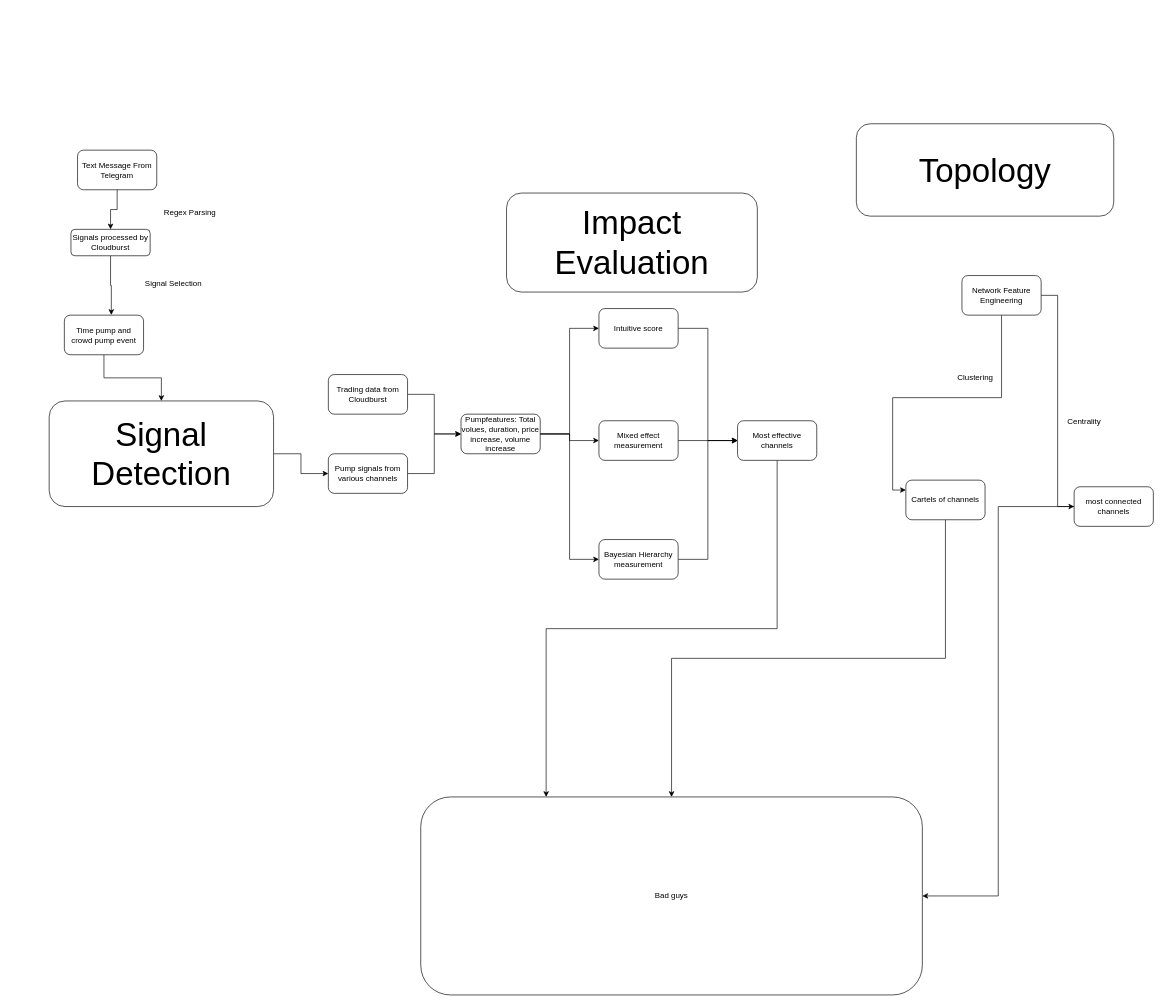
Before: page "draft" (2 of 2) of assets/Untitled Diagram.drawio in xujiahuayz/unmask-mastermind, a draw.io diagram. Source tidied: cells renumbered, new cells numbered last; positions are measured from the earlier drawing's top-left corner, leaving out a move shared by most shapes. Both pictures are drawn from the tidied source at 66%, with x=0, y=0 at pixel (49, 123).
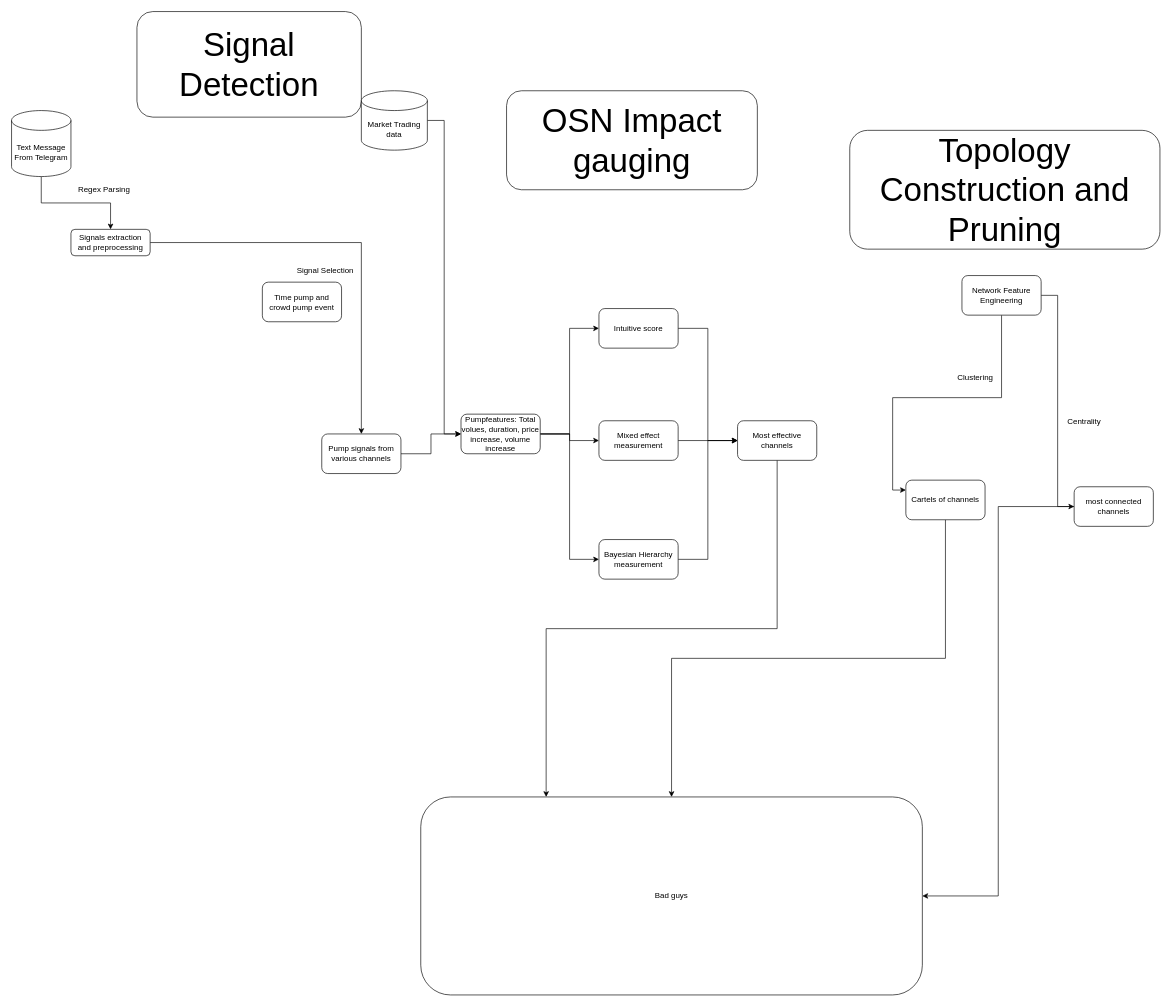
The same page after the edit.

Unchanged cells that the change refers to:
```xml
<mxCell id="21" value="Pumpfeatures: Total volues, duration, price increase, volume increase" style="rounded=1;whiteSpace=wrap;html=1;fontSize=12;" parent="1" vertex="1">
  <mxGeometry x="624" y="440" width="120" height="60" as="geometry" />
</mxCell>
```

The edit, as a diff of the source:
```diff
@@
-    <mxCell id="2" style="edgeStyle=orthogonalEdgeStyle;rounded=0;jettySize=auto;html=1;" parent="1" edge="1" source="3" target="5">
+    <mxCell id="2" style="edgeStyle=orthogonalEdgeStyle;rounded=0;jettySize=auto;html=1;exitX=0.5;exitY=1;exitDx=0;exitDy=0;exitPerimeter=0;" parent="1" edge="1" source="3" target="5">
       <mxGeometry relative="1" as="geometry" />
     </mxCell>
-    <mxCell id="3" value="Text Message From Telegram" style="rounded=1;whiteSpace=wrap;html=1;" parent="1" vertex="1">
-      <mxGeometry x="43" y="40" width="120" height="60" as="geometry" />
-    </mxCell>
-    <mxCell id="4" style="edgeStyle=orthogonalEdgeStyle;rounded=0;jettySize=auto;html=1;entryX=0.593;entryY=-0.005;entryDx=0;entryDy=0;entryPerimeter=0;fontSize=50;" parent="1" edge="1" source="5" target="8">
+    <mxCell id="4" style="edgeStyle=orthogonalEdgeStyle;rounded=0;jettySize=auto;html=1;entryX=0.5;entryY=0;entryDx=0;entryDy=0;fontSize=50;" parent="1" edge="1" source="5" target="17">
       <mxGeometry relative="1" as="geometry" />
     </mxCell>
-    <mxCell id="5" value="Signals processed by Cloudburst" style="whiteSpace=wrap;html=1;rounded=1;" parent="1" vertex="1">
+    <mxCell id="5" value="Signals extraction and preprocessing" style="whiteSpace=wrap;html=1;rounded=1;" parent="1" vertex="1">
       <mxGeometry x="33" y="160" width="120" height="40" as="geometry" />
     </mxCell>
     <mxCell id="6" value="&lt;div&gt;Regex Parsing &lt;/div&gt;" style="text;html=1;align=center;verticalAlign=middle;strokeColor=none;fillColor=none;" parent="1" vertex="1">
-      <mxGeometry x="163" y="120" width="100" height="30" as="geometry" />
+      <mxGeometry x="33" y="85" width="100" height="30" as="geometry" />
     </mxCell>
-    <mxCell id="7" style="edgeStyle=orthogonalEdgeStyle;rounded=0;jettySize=auto;html=1;fontSize=12;" parent="1" edge="1" source="8" target="10">
-      <mxGeometry relative="1" as="geometry" />
-    </mxCell>
-    <mxCell id="8" value="Time pump and crowd pump event" style="rounded=1;whiteSpace=wrap;html=1;" parent="1" vertex="1">
-      <mxGeometry x="23" y="290" width="120" height="60" as="geometry" />
-    </mxCell>
-    <mxCell id="9" style="edgeStyle=orthogonalEdgeStyle;rounded=0;jettySize=auto;html=1;fontSize=12;" parent="1" edge="1" source="10" target="17">
-      <mxGeometry relative="1" as="geometry" />
-    </mxCell>
-    <mxCell id="10" value="&lt;font style=&quot;font-size: 50px;&quot;&gt;Signal Detection&lt;/font&gt;" style="rounded=1;whiteSpace=wrap;html=1;" parent="1" vertex="1">
-      <mxGeometry y="420" width="340" height="160" as="geometry" />
-    </mxCell>
-    <mxCell id="11" value="Impact Evaluation" style="rounded=1;whiteSpace=wrap;html=1;fontSize=50;" parent="1" vertex="1">
-      <mxGeometry x="693" y="105" width="380" height="150" as="geometry" />
+    <mxCell id="11" value="OSN Impact gauging" style="rounded=1;whiteSpace=wrap;html=1;fontSize=50;" parent="1" vertex="1">
+      <mxGeometry x="693" y="-50" width="380" height="150" as="geometry" />
     </mxCell>
-    <mxCell id="12" value="Topology" style="rounded=1;whiteSpace=wrap;html=1;fontSize=50;" parent="1" vertex="1">
-      <mxGeometry x="1223" width="390" height="140" as="geometry" />
+    <mxCell id="12" value="Topology Construction and Pruning" style="rounded=1;whiteSpace=wrap;html=1;fontSize=50;" parent="1" vertex="1">
+      <mxGeometry x="1213" y="10" width="470" height="180" as="geometry" />
     </mxCell>
     <mxCell id="13" value="&lt;div&gt;Signal Selection&lt;/div&gt;&lt;div&gt;&lt;br&gt;&lt;/div&gt;" style="text;html=1;align=center;verticalAlign=middle;strokeColor=none;fillColor=none;fontSize=12;" parent="1" vertex="1">
-      <mxGeometry x="133" y="230" width="110" height="40" as="geometry" />
+      <mxGeometry x="363" y="210" width="110" height="40" as="geometry" />
     </mxCell>
-    <mxCell id="14" style="edgeStyle=orthogonalEdgeStyle;rounded=0;jettySize=auto;html=1;entryX=0;entryY=0.5;entryDx=0;entryDy=0;fontSize=12;" parent="1" edge="1" source="15" target="21">
+    <mxCell id="14" style="edgeStyle=orthogonalEdgeStyle;rounded=0;jettySize=auto;html=1;entryX=0;entryY=0.5;entryDx=0;entryDy=0;fontSize=12;exitX=1;exitY=0.5;exitDx=0;exitDy=0;exitPerimeter=0;" parent="1" edge="1" source="40" target="21">
       <mxGeometry relative="1" as="geometry" />
     </mxCell>
-    <mxCell id="15" value="Trading data from Cloudburst" style="rounded=1;whiteSpace=wrap;html=1;fontSize=12;" parent="1" vertex="1">
-      <mxGeometry x="423" y="380" width="120" height="60" as="geometry" />
-    </mxCell>
@@
     <mxCell id="17" value="&lt;div&gt;Pump signals from various channels&lt;/div&gt;" style="rounded=1;whiteSpace=wrap;html=1;fontSize=12;" parent="1" vertex="1">
-      <mxGeometry x="423" y="500" width="120" height="60" as="geometry" />
+      <mxGeometry x="413" y="470" width="120" height="60" as="geometry" />
     </mxCell>
@@
+    <mxCell id="10" value="&lt;font style=&quot;font-size: 50px;&quot;&gt;Signal Detection&lt;/font&gt;" style="rounded=1;whiteSpace=wrap;html=1;" parent="1" vertex="1">
+      <mxGeometry x="133" y="-170" width="340" height="160" as="geometry" />
+    </mxCell>
+    <mxCell id="40" value="Market Trading data" style="shape=cylinder3;whiteSpace=wrap;html=1;boundedLbl=1;backgroundOutline=1;size=15;" parent="1" vertex="1">
+      <mxGeometry x="473" y="-50" width="100" height="90" as="geometry" />
+    </mxCell>
+    <mxCell id="3" value="Text Message From Telegram" style="shape=cylinder3;whiteSpace=wrap;html=1;boundedLbl=1;backgroundOutline=1;size=15;" parent="1" vertex="1">
+      <mxGeometry x="-57" y="-20" width="90" height="100" as="geometry" />
+    </mxCell>
+    <mxCell id="8" value="Time pump and crowd pump event" style="rounded=1;whiteSpace=wrap;html=1;" parent="1" vertex="1">
+      <mxGeometry x="323" y="240" width="120" height="60" as="geometry" />
+    </mxCell>
```
